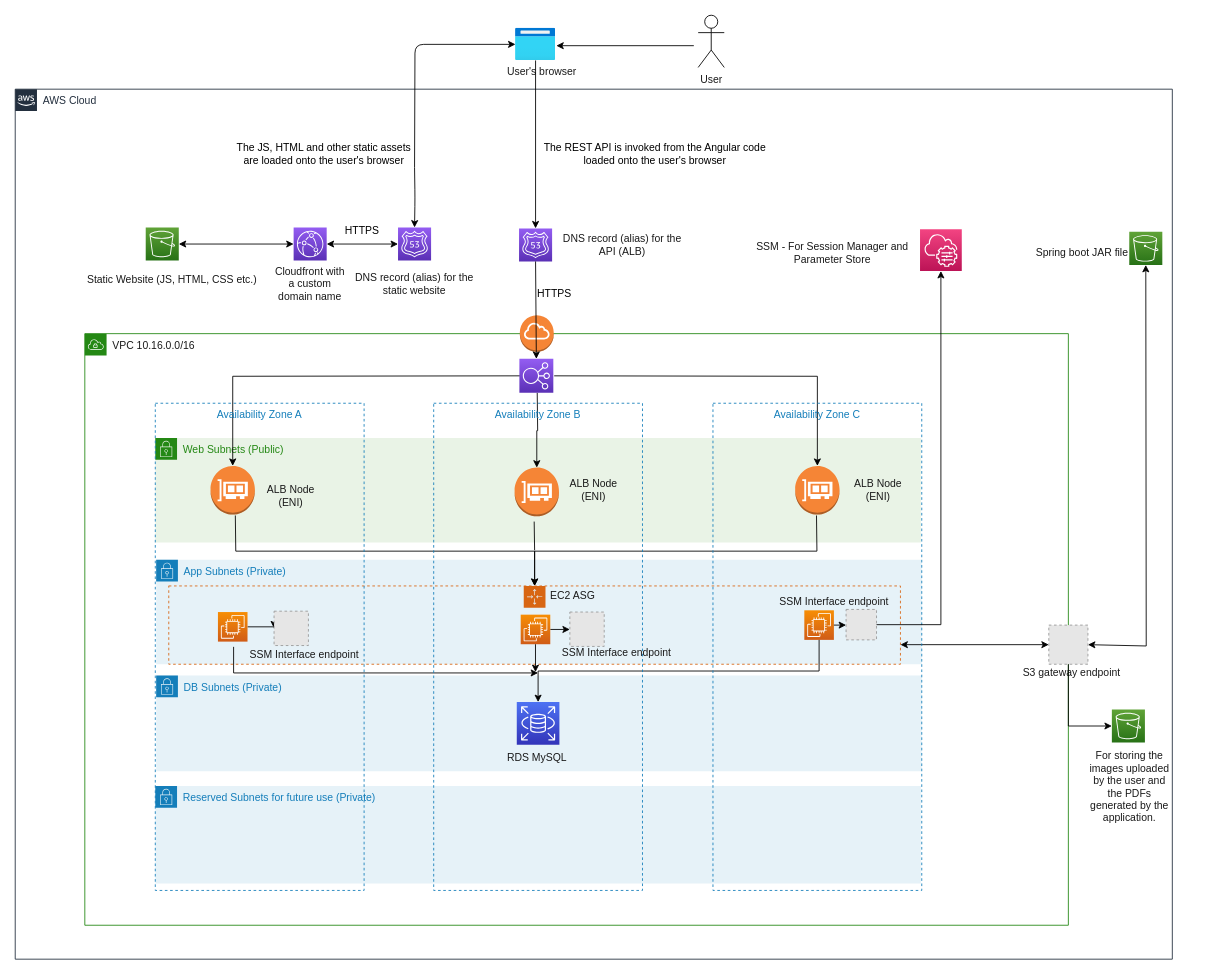
sameer-khanna/terraform-aws-imagetopdf keeps this draw.io diagram as AWS Architecture Diagram.drawio. Above is the earlier version. Source tidied: cells renumbered, new cells numbered last; positions are measured from the earlier drawing's top-left corner, leaving out a move shared by most shapes. Both pictures are drawn from the tidied source at 87%, with x=0, y=0 at pixel (15, 15). Pictures stored in the file or linked from it are replaced by grey dashed boxes.
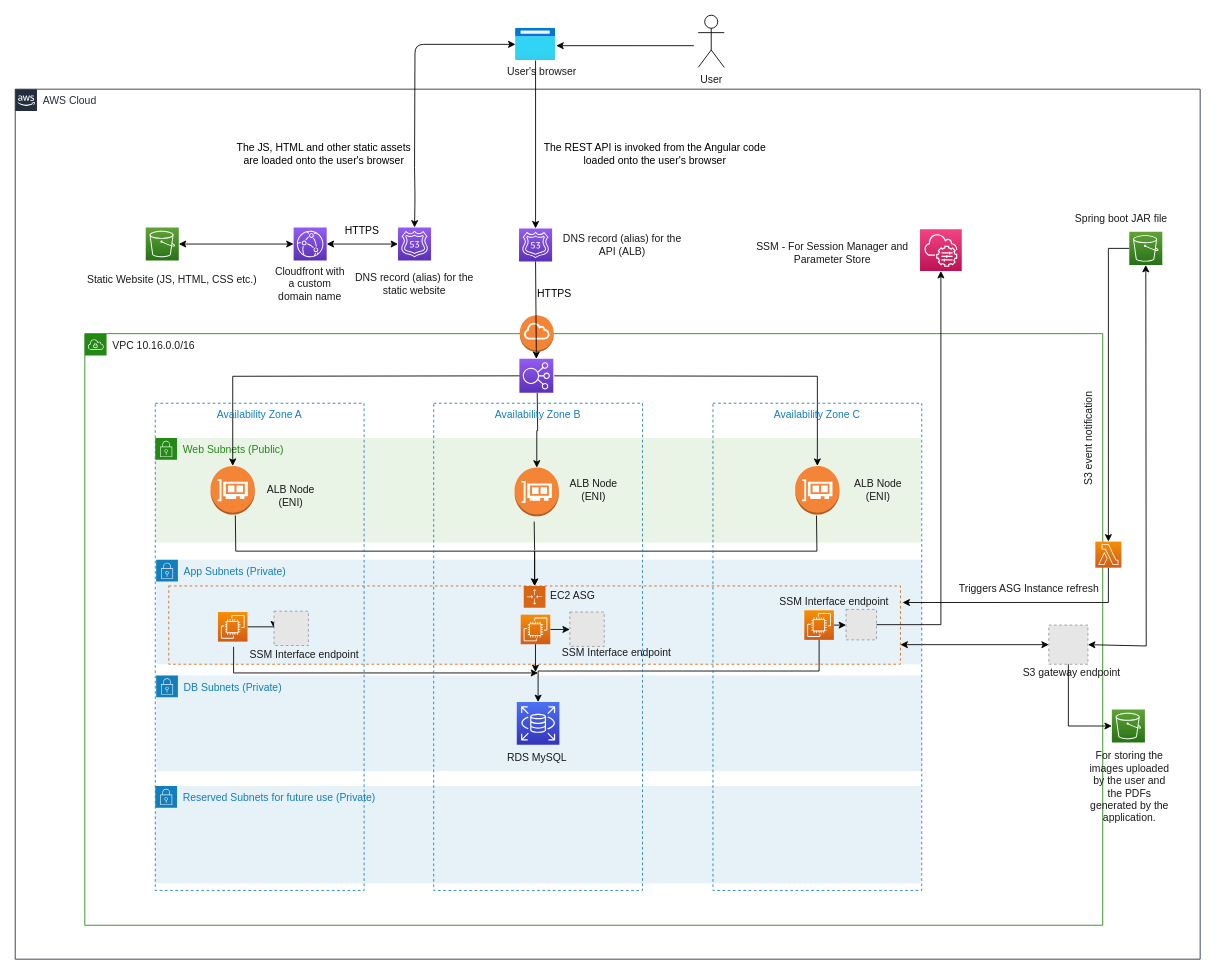
Above is the later version.

Commit message (it also covers changes not shown here):
Updated the arhitecture diagram and the drawio file.

Unchanged cells that the change refers to:
```xml
<mxCell id="43" value="Availability Zone C" style="fillColor=none;strokeColor=#147EBA;dashed=1;verticalAlign=top;fontStyle=0;fontColor=#147EBA;" parent="3" vertex="1">
  <mxGeometry x="722" y="80" width="240" height="560" as="geometry" />
</mxCell>
<mxCell id="51" style="sketch=0;points=[[0,0,0],[0.25,0,0],[0.5,0,0],[0.75,0,0],[1,0,0],[0,1,0],[0.25,1,0],[0.5,1,0],[0.75,1,0],[1,1,0],[0,0.25,0],[0,0.5,0],[0,0.75,0],[1,0.25,0],[1,0.5,0],[1,0.75,0]];outlineConnect=0;fontColor=#232F3E;gradientColor=#60A337;gradientDirection=north;fillColor=#277116;strokeColor=#ffffff;dashed=0;verticalLabelPosition=bottom;verticalAlign=top;align=center;html=1;fontSize=12;fontStyle=0;shape=mxgraph.aws4.resourceIcon;resIcon=mxgraph.aws4.s3;" parent="2" vertex="1">
  <mxGeometry x="1280.5" y="164" width="38" height="38" as="geometry" />
</mxCell>
```

Change to the diagram source:
```diff
@@
     <mxCell id="2" value="AWS Cloud" style="gradientColor=none;html=1;whiteSpace=wrap;fontSize=12;fontStyle=0;shape=mxgraph.aws4.group;grIcon=mxgraph.aws4.group_aws_cloud_alt;strokeColor=#232F3E;fillColor=none;verticalAlign=top;align=left;spacingLeft=30;fontColor=#232F3E;dashed=0;labelBackgroundColor=#ffffff;" parent="1" vertex="1">
-      <mxGeometry y="85" width="1330" height="1000" as="geometry" />
+      <mxGeometry y="85" width="1362" height="1000" as="geometry" />
     </mxCell>
     <mxCell id="3" value="&lt;font color=&quot;#1A1A1A&quot;&gt;VPC 10.16.0.0/16&lt;/font&gt;" style="gradientColor=none;html=1;whiteSpace=wrap;fontSize=12;fontStyle=0;shape=mxgraph.aws4.group;grIcon=mxgraph.aws4.group_vpc;strokeColor=#248814;fillColor=none;verticalAlign=top;align=left;spacingLeft=30;fontColor=#AAB7B8;dashed=0;" parent="2" vertex="1">
-      <mxGeometry x="80" y="281" width="1130.5" height="680" as="geometry" />
+      <mxGeometry x="80" y="281" width="1170" height="680" as="geometry" />
     </mxCell>
@@
+    <mxCell id="78" value="Triggers ASG Instance refresh" style="text;html=1;align=center;verticalAlign=middle;strokeColor=none;fillColor=none;fontColor=#1A1A1A;" parent="3" vertex="1">
+      <mxGeometry x="990" y="279" width="190" height="30" as="geometry" />
+    </mxCell>
@@
+    <mxCell id="79" style="edgeStyle=orthogonalEdgeStyle;rounded=0;jettySize=auto;html=1;" parent="2" edge="1" source="51" target="81">
+      <mxGeometry relative="1" as="geometry" />
+    </mxCell>
@@
     <mxCell id="52" value="Spring boot JAR file" style="text;html=1;align=center;verticalAlign=middle;strokeColor=none;fillColor=none;fontColor=#1A1A1A;" parent="2" vertex="1">
-      <mxGeometry x="1165.5" y="178" width="120" height="20" as="geometry" />
+      <mxGeometry x="1210.5" y="139" width="120" height="20" as="geometry" />
     </mxCell>
@@
+    <mxCell id="80" style="edgeStyle=orthogonalEdgeStyle;rounded=0;jettySize=auto;html=1;entryX=0.908;entryY=0.409;entryDx=0;entryDy=0;entryPerimeter=0;" parent="2" edge="1" source="81" target="43">
+      <mxGeometry relative="1" as="geometry">
+        <Array as="points">
+          <mxPoint x="1256" y="590" />
+        </Array>
+      </mxGeometry>
+    </mxCell>
+    <mxCell id="81" style="sketch=0;points=[[0,0,0],[0.25,0,0],[0.5,0,0],[0.75,0,0],[1,0,0],[0,1,0],[0.25,1,0],[0.5,1,0],[0.75,1,0],[1,1,0],[0,0.25,0],[0,0.5,0],[0,0.75,0],[1,0.25,0],[1,0.5,0],[1,0.75,0]];outlineConnect=0;fontColor=#232F3E;gradientColor=#F78E04;gradientDirection=north;fillColor=#D05C17;strokeColor=#ffffff;dashed=0;verticalLabelPosition=bottom;verticalAlign=top;align=center;html=1;fontSize=12;fontStyle=0;shape=mxgraph.aws4.resourceIcon;resIcon=mxgraph.aws4.lambda;" parent="2" vertex="1">
+      <mxGeometry x="1241.5" y="520" width="30" height="30" as="geometry" />
+    </mxCell>
+    <mxCell id="82" value="S3 event notification" style="text;html=1;align=center;verticalAlign=middle;strokeColor=none;fillColor=none;fontColor=#1A1A1A;rotation=-90;" parent="2" vertex="1">
+      <mxGeometry x="1169" y="387" width="130" height="30" as="geometry" />
+    </mxCell>
```
